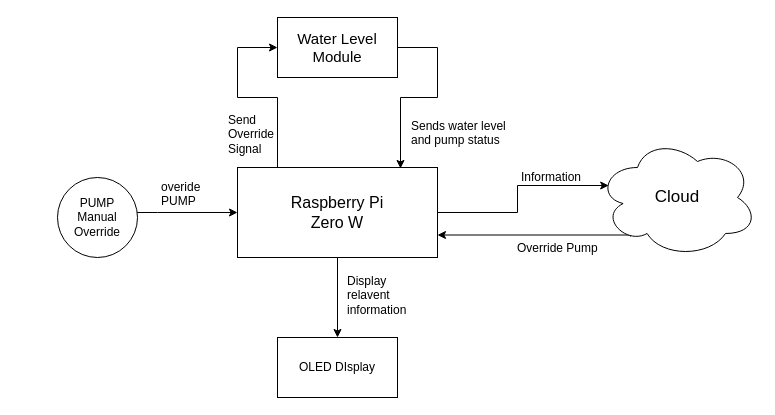
Above: documentation/diagrams/process-module.drawio in sashuu69/iot-water-level-indicator (draw.io), before the change. Source tidied: cells renumbered, new cells numbered last; positions are measured from the earlier drawing's top-left corner, leaving out a move shared by most shapes. Both pictures are drawn from the tidied source at 100%, with x=0, y=0 at pixel (57, 17).
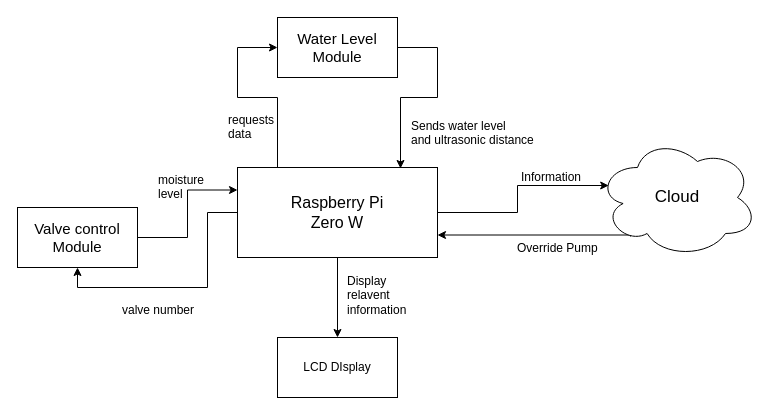
The same diagram, later.

The change refers to these unchanged cells:
```xml
<mxCell id="5" value="&lt;span style=&quot;font-size: 16px&quot;&gt;Raspberry Pi&lt;br&gt;Zero W&lt;br&gt;&lt;/span&gt;" style="rounded=0;whiteSpace=wrap;html=1;" parent="1" vertex="1">
  <mxGeometry x="180" y="150" width="200" height="90" as="geometry" />
</mxCell>
```

Diff of the diagram source:
```diff
@@
+    <mxCell id="19" style="edgeStyle=orthogonalEdgeStyle;rounded=0;jettySize=auto;html=1;entryX=0.5;entryY=1;entryDx=0;entryDy=0;" parent="1" edge="1" source="5" target="21">
+      <mxGeometry relative="1" as="geometry">
+        <Array as="points">
+          <mxPoint x="150" y="195" />
+          <mxPoint x="150" y="270" />
+          <mxPoint x="20" y="270" />
+        </Array>
+      </mxGeometry>
+    </mxCell>
@@
-    <mxCell id="6" value="OLED DIsplay" style="rounded=0;whiteSpace=wrap;html=1;" parent="1" vertex="1">
+    <mxCell id="6" value="LCD DIsplay" style="rounded=0;whiteSpace=wrap;html=1;" parent="1" vertex="1">
       <mxGeometry x="220" y="320" width="120" height="60" as="geometry" />
     </mxCell>
-    <mxCell id="7" style="edgeStyle=orthogonalEdgeStyle;rounded=0;jettySize=auto;html=1;entryX=0;entryY=0.5;entryDx=0;entryDy=0;" parent="1" edge="1" source="8" target="5">
-      <mxGeometry relative="1" as="geometry">
-        <Array as="points">
-          <mxPoint x="100" y="195" />
-        </Array>
-      </mxGeometry>
-    </mxCell>
-    <mxCell id="8" value="PUMP&lt;br&gt;Manual&lt;br&gt;Override" style="ellipse;whiteSpace=wrap;html=1;" parent="1" vertex="1">
-      <mxGeometry y="160" width="80" height="80" as="geometry" />
-    </mxCell>
@@
-    <mxCell id="11" value="overide&lt;br&gt;PUMP" style="text;html=1;align=left;verticalAlign=top;spacingTop=-4;" parent="1" vertex="1">
-      <mxGeometry x="102" y="160" width="50" height="30" as="geometry" />
-    </mxCell>
@@
-    <mxCell id="13" value="Send&lt;br&gt;Override&lt;br&gt;Signal" style="text;html=1;align=left;verticalAlign=top;spacingTop=-4;" parent="1" vertex="1">
-      <mxGeometry x="169" y="93" width="60" height="40" as="geometry" />
+    <mxCell id="13" value="requests&lt;br&gt;data" style="text;html=1;align=left;verticalAlign=top;spacingTop=-4;" parent="1" vertex="1">
+      <mxGeometry x="169" y="93" width="60" height="30" as="geometry" />
     </mxCell>
-    <mxCell id="14" value="Sends water level&lt;br&gt;and pump status" style="text;html=1;align=left;verticalAlign=top;spacingTop=-4;" parent="1" vertex="1">
-      <mxGeometry x="352" y="99" width="110" height="30" as="geometry" />
+    <mxCell id="14" value="Sends water level&lt;br&gt;and ultrasonic distance" style="text;html=1;align=left;verticalAlign=top;spacingTop=-4;" parent="1" vertex="1">
+      <mxGeometry x="352" y="99" width="140" height="30" as="geometry" />
     </mxCell>
@@
+    <mxCell id="20" style="edgeStyle=orthogonalEdgeStyle;rounded=0;jettySize=auto;html=1;entryX=0;entryY=0.25;entryDx=0;entryDy=0;" parent="1" edge="1" source="21" target="5">
+      <mxGeometry relative="1" as="geometry" />
+    </mxCell>
+    <mxCell id="21" value="&lt;font style=&quot;font-size: 15px&quot;&gt;Valve control&lt;br&gt;Module&lt;br&gt;&lt;/font&gt;" style="rounded=0;whiteSpace=wrap;html=1;" parent="1" vertex="1">
+      <mxGeometry x="-40" y="190" width="120" height="60" as="geometry" />
+    </mxCell>
+    <mxCell id="22" value="moisture&lt;br&gt;level" style="text;html=1;align=left;verticalAlign=top;spacingTop=-4;" parent="1" vertex="1">
+      <mxGeometry x="99" y="153" width="60" height="30" as="geometry" />
+    </mxCell>
+    <mxCell id="23" value="valve number" style="text;html=1;align=left;verticalAlign=top;spacingTop=-4;" parent="1" vertex="1">
+      <mxGeometry x="63" y="283" width="90" height="20" as="geometry" />
+    </mxCell>
```
